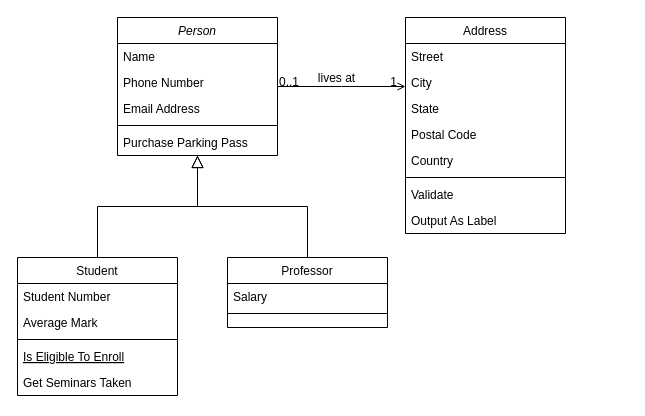
Earlier version of the draw.io diagram Untitled Diagram.drawio (jkelly282/cigarCutter). Source tidied: cells renumbered, new cells numbered last; positions are measured from the earlier drawing's top-left corner, leaving out a move shared by most shapes. Both pictures are drawn from the tidied source at 100%, with x=0, y=0 at pixel (17, 17).
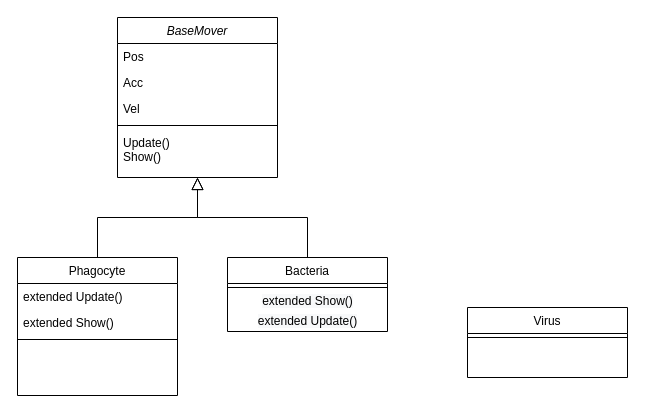
The same diagram, later.

What changed in the source:
```diff
@@
-    <mxCell id="2" value="Person" style="swimlane;fontStyle=2;align=center;verticalAlign=top;horizontal=1;startSize=26;rounded=0;shadow=0;strokeWidth=1;" parent="1" vertex="1">
-      <mxGeometry x="100" width="160" height="138" as="geometry" />
+    <mxCell id="2" value="BaseMover" style="swimlane;fontStyle=2;align=center;verticalAlign=top;horizontal=1;startSize=26;rounded=0;shadow=0;strokeWidth=1;" parent="1" vertex="1">
+      <mxGeometry x="100" width="160" height="160" as="geometry" />
     </mxCell>
-    <mxCell id="3" value="Name" style="text;align=left;verticalAlign=top;spacingLeft=4;spacingRight=4;overflow=hidden;" parent="2" vertex="1">
+    <mxCell id="3" value="Pos" style="text;align=left;verticalAlign=top;spacingLeft=4;spacingRight=4;overflow=hidden;" parent="2" vertex="1">
       <mxGeometry y="26" width="160" height="26" as="geometry" />
     </mxCell>
-    <mxCell id="4" value="Phone Number" style="text;align=left;verticalAlign=top;spacingLeft=4;spacingRight=4;overflow=hidden;rounded=0;shadow=0;html=0;" parent="2" vertex="1">
+    <mxCell id="4" value="Acc" style="text;align=left;verticalAlign=top;spacingLeft=4;spacingRight=4;overflow=hidden;rounded=0;shadow=0;html=0;" parent="2" vertex="1">
       <mxGeometry y="52" width="160" height="26" as="geometry" />
     </mxCell>
-    <mxCell id="5" value="Email Address" style="text;align=left;verticalAlign=top;spacingLeft=4;spacingRight=4;overflow=hidden;rounded=0;shadow=0;html=0;" parent="2" vertex="1">
+    <mxCell id="5" value="Vel&#10;" style="text;align=left;verticalAlign=top;spacingLeft=4;spacingRight=4;overflow=hidden;rounded=0;shadow=0;html=0;" parent="2" vertex="1">
       <mxGeometry y="78" width="160" height="26" as="geometry" />
     </mxCell>
@@
-    <mxCell id="7" value="Purchase Parking Pass" style="text;align=left;verticalAlign=top;spacingLeft=4;spacingRight=4;overflow=hidden;" parent="2" vertex="1">
-      <mxGeometry y="112" width="160" height="26" as="geometry" />
+    <mxCell id="7" value="Update()&#10;Show()" style="text;align=left;verticalAlign=top;spacingLeft=4;spacingRight=4;overflow=hidden;" parent="2" vertex="1">
+      <mxGeometry y="112" width="160" height="48" as="geometry" />
     </mxCell>
-    <mxCell id="8" value="Student" style="swimlane;fontStyle=0;align=center;verticalAlign=top;horizontal=1;startSize=26;rounded=0;shadow=0;strokeWidth=1;" parent="1" vertex="1">
+    <mxCell id="8" value="Phagocyte" style="swimlane;fontStyle=0;align=center;verticalAlign=top;horizontal=1;startSize=26;rounded=0;shadow=0;strokeWidth=1;" parent="1" vertex="1">
       <mxGeometry y="240" width="160" height="138" as="geometry" />
     </mxCell>
-    <mxCell id="9" value="Student Number" style="text;align=left;verticalAlign=top;spacingLeft=4;spacingRight=4;overflow=hidden;" parent="8" vertex="1">
+    <mxCell id="9" value="extended Update()" style="text;align=left;verticalAlign=top;spacingLeft=4;spacingRight=4;overflow=hidden;" parent="8" vertex="1">
       <mxGeometry y="26" width="160" height="26" as="geometry" />
     </mxCell>
-    <mxCell id="10" value="Average Mark" style="text;align=left;verticalAlign=top;spacingLeft=4;spacingRight=4;overflow=hidden;rounded=0;shadow=0;html=0;" parent="8" vertex="1">
+    <mxCell id="10" value="extended Show()" style="text;align=left;verticalAlign=top;spacingLeft=4;spacingRight=4;overflow=hidden;rounded=0;shadow=0;html=0;" parent="8" vertex="1">
       <mxGeometry y="52" width="160" height="26" as="geometry" />
     </mxCell>
@@
-    <mxCell id="12" value="Is Eligible To Enroll" style="text;align=left;verticalAlign=top;spacingLeft=4;spacingRight=4;overflow=hidden;fontStyle=4;" parent="8" vertex="1">
-      <mxGeometry y="86" width="160" height="26" as="geometry" />
-    </mxCell>
-    <mxCell id="13" value="Get Seminars Taken" style="text;align=left;verticalAlign=top;spacingLeft=4;spacingRight=4;overflow=hidden;" parent="8" vertex="1">
-      <mxGeometry y="112" width="160" height="26" as="geometry" />
-    </mxCell>
@@
-    <mxCell id="15" value="Professor" style="swimlane;fontStyle=0;align=center;verticalAlign=top;horizontal=1;startSize=26;rounded=0;shadow=0;strokeWidth=1;" parent="1" vertex="1">
-      <mxGeometry x="210" y="240" width="160" height="70" as="geometry" />
+    <mxCell id="15" value="Bacteria" style="swimlane;fontStyle=0;align=center;verticalAlign=top;horizontal=1;startSize=26;rounded=0;shadow=0;strokeWidth=1;" parent="1" vertex="1">
+      <mxGeometry x="210" y="240" width="160" height="74" as="geometry" />
     </mxCell>
-    <mxCell id="16" value="Salary" style="text;align=left;verticalAlign=top;spacingLeft=4;spacingRight=4;overflow=hidden;" parent="15" vertex="1">
-      <mxGeometry y="26" width="160" height="26" as="geometry" />
-    </mxCell>
     <mxCell id="17" style="line;html=1;strokeWidth=1;align=left;verticalAlign=middle;spacingTop=-1;spacingLeft=3;spacingRight=3;labelPosition=right;" parent="15" vertex="1">
-      <mxGeometry y="52" width="160" height="8" as="geometry" />
+      <mxGeometry y="26" width="160" height="8" as="geometry" />
     </mxCell>
+    <mxCell id="32" value="&lt;span style=&quot;color: rgb(0, 0, 0); font-family: helvetica; font-size: 12px; font-style: normal; font-weight: 400; letter-spacing: normal; text-align: left; text-indent: 0px; text-transform: none; word-spacing: 0px; background-color: rgb(248, 249, 250); display: inline; float: none;&quot;&gt;extended Show()&lt;/span&gt;" style="text;html=1;align=center;verticalAlign=middle;strokeColor=none;fillColor=none;" parent="15" vertex="1">
+      <mxGeometry y="34" width="160" height="20" as="geometry" />
+    </mxCell>
+    <mxCell id="33" value="&lt;span style=&quot;color: rgb(0 , 0 , 0) ; font-family: &amp;#34;helvetica&amp;#34; ; font-size: 12px ; font-style: normal ; font-weight: 400 ; letter-spacing: normal ; text-align: left ; text-indent: 0px ; text-transform: none ; word-spacing: 0px ; background-color: rgb(248 , 249 , 250) ; display: inline ; float: none&quot;&gt;extended Update()&lt;/span&gt;" style="text;html=1;align=center;verticalAlign=middle;strokeColor=none;fillColor=none;" parent="15" vertex="1">
+      <mxGeometry y="54" width="160" height="20" as="geometry" />
+    </mxCell>
@@
-    <mxCell id="19" value="Address" style="swimlane;fontStyle=0;align=center;verticalAlign=top;horizontal=1;startSize=26;rounded=0;shadow=0;strokeWidth=1;" parent="1" vertex="1">
-      <mxGeometry x="388" width="160" height="216" as="geometry" />
-    </mxCell>
-    <mxCell id="20" value="Street" style="text;align=left;verticalAlign=top;spacingLeft=4;spacingRight=4;overflow=hidden;" parent="19" vertex="1">
-      <mxGeometry y="26" width="160" height="26" as="geometry" />
-    </mxCell>
-    <mxCell id="21" value="City" style="text;align=left;verticalAlign=top;spacingLeft=4;spacingRight=4;overflow=hidden;rounded=0;shadow=0;html=0;" parent="19" vertex="1">
-      <mxGeometry y="52" width="160" height="26" as="geometry" />
-    </mxCell>
-    <mxCell id="22" value="State" style="text;align=left;verticalAlign=top;spacingLeft=4;spacingRight=4;overflow=hidden;rounded=0;shadow=0;html=0;" parent="19" vertex="1">
-      <mxGeometry y="78" width="160" height="26" as="geometry" />
-    </mxCell>
-    <mxCell id="23" value="Postal Code" style="text;align=left;verticalAlign=top;spacingLeft=4;spacingRight=4;overflow=hidden;rounded=0;shadow=0;html=0;" parent="19" vertex="1">
-      <mxGeometry y="104" width="160" height="26" as="geometry" />
-    </mxCell>
-    <mxCell id="24" value="Country" style="text;align=left;verticalAlign=top;spacingLeft=4;spacingRight=4;overflow=hidden;rounded=0;shadow=0;html=0;" parent="19" vertex="1">
-      <mxGeometry y="130" width="160" height="26" as="geometry" />
-    </mxCell>
-    <mxCell id="25" style="line;html=1;strokeWidth=1;align=left;verticalAlign=middle;spacingTop=-1;spacingLeft=3;spacingRight=3;labelPosition=right;" parent="19" vertex="1">
-      <mxGeometry y="156" width="160" height="8" as="geometry" />
-    </mxCell>
-    <mxCell id="26" value="Validate" style="text;align=left;verticalAlign=top;spacingLeft=4;spacingRight=4;overflow=hidden;" parent="19" vertex="1">
-      <mxGeometry y="164" width="160" height="26" as="geometry" />
-    </mxCell>
-    <mxCell id="27" value="Output As Label" style="text;align=left;verticalAlign=top;spacingLeft=4;spacingRight=4;overflow=hidden;" parent="19" vertex="1">
-      <mxGeometry y="190" width="160" height="26" as="geometry" />
-    </mxCell>
-    <mxCell id="28" style="endArrow=open;shadow=0;strokeWidth=1;rounded=0;endFill=1;edgeStyle=elbowEdgeStyle;elbow=vertical;" parent="1" edge="1" source="2" target="19">
-      <mxGeometry x="0.5" y="41" relative="1" as="geometry">
-        <mxPoint x="-40" y="32" as="offset" />
-      </mxGeometry>
-    </mxCell>
-    <mxCell id="29" value="0..1" style="align=left;verticalAlign=bottom;labelBackgroundColor=none;fontSize=12;" parent="28" vertex="1">
-      <mxGeometry x="-1" relative="1" as="geometry">
-        <mxPoint y="4" as="offset" />
-      </mxGeometry>
-    </mxCell>
-    <mxCell id="30" value="1" style="align=right;verticalAlign=bottom;labelBackgroundColor=none;fontSize=12;" parent="28" vertex="1">
-      <mxGeometry x="1" relative="1" as="geometry">
-        <mxPoint x="-7" y="4" as="offset" />
-      </mxGeometry>
-    </mxCell>
-    <mxCell id="31" value="lives at" style="text;html=1;align=center;verticalAlign=middle;labelBackgroundColor=none;rounded=0;shadow=0;strokeWidth=1;fontSize=12;" parent="28" vertex="1">
-      <mxGeometry x="0.5" y="49" relative="1" as="geometry">
-        <mxPoint x="-38" y="40" as="offset" />
-      </mxGeometry>
-    </mxCell>
+    <mxCell id="34" value="Virus" style="swimlane;fontStyle=0;align=center;verticalAlign=top;horizontal=1;startSize=26;rounded=0;shadow=0;strokeWidth=1;" parent="1" vertex="1">
+      <mxGeometry x="450" y="290" width="160" height="70" as="geometry" />
+    </mxCell>
+    <mxCell id="35" style="line;html=1;strokeWidth=1;align=left;verticalAlign=middle;spacingTop=-1;spacingLeft=3;spacingRight=3;labelPosition=right;" parent="34" vertex="1">
+      <mxGeometry y="26" width="160" height="8" as="geometry" />
+    </mxCell>
```
